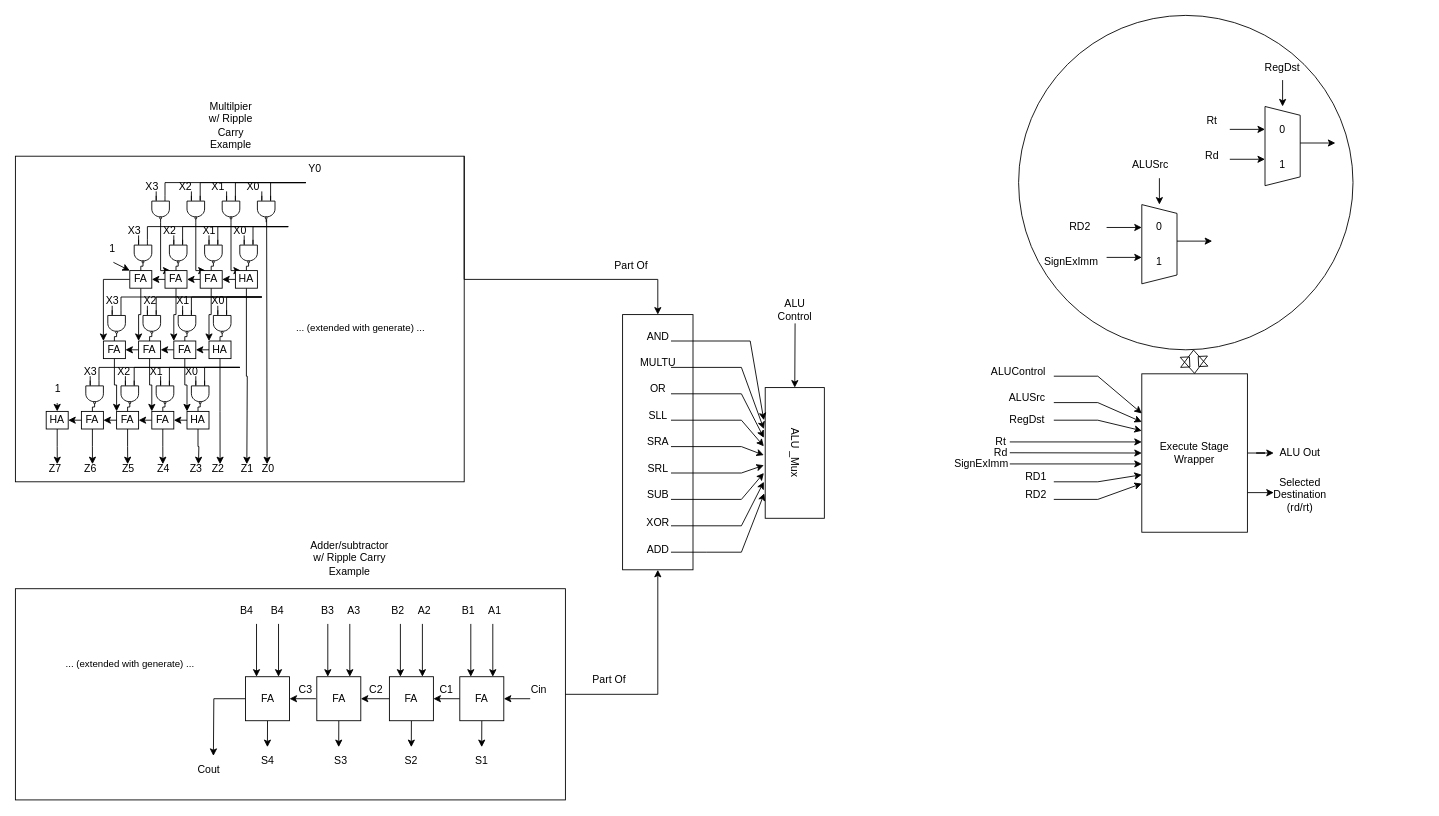
frankandes/DSD2-MipsProcessor keeps this draw.io diagram as ALUBlock.drawio. Above is the earlier version. Source tidied: cells renumbered, new cells numbered last; positions are measured from the earlier drawing's top-left corner, leaving out a move shared by most shapes. Both pictures are drawn from the tidied source at 88%, with x=0, y=0 at pixel (15, 15).
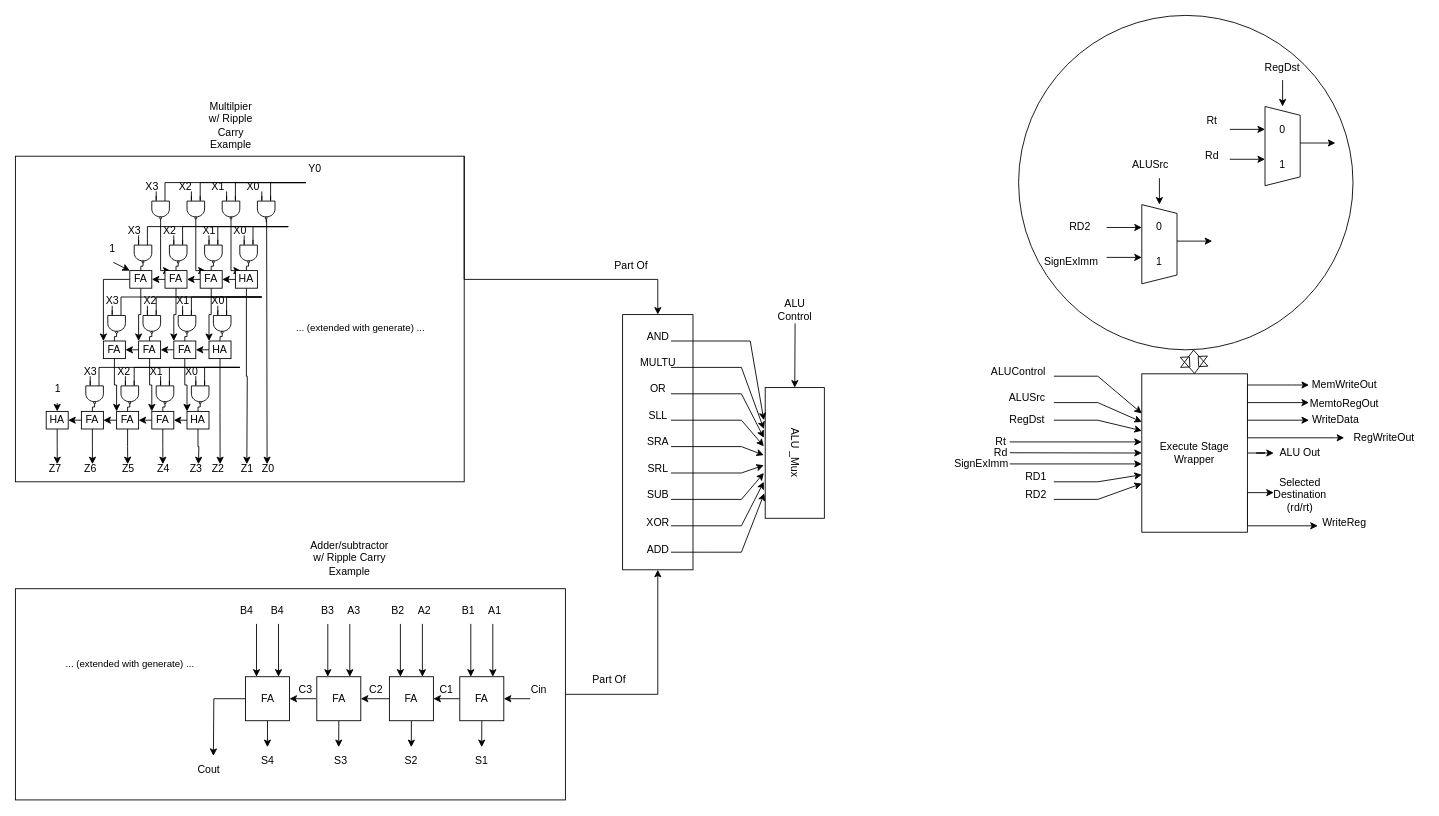
The same diagram, later.

The change refers to these unchanged cells:
```xml
<mxCell id="204" value="Execute Stage Wrapper" style="rounded=0;whiteSpace=wrap;html=1;" parent="1" vertex="1">
  <mxGeometry x="1280" y="407.3" width="120" height="180" as="geometry" />
</mxCell>
```

Change to the diagram source:
```diff
@@
+    <mxCell id="251" style="edgeStyle=orthogonalEdgeStyle;rounded=0;jettySize=auto;html=1;exitX=1;exitY=0.25;exitDx=0;exitDy=0;" parent="1" edge="1" source="204">
+      <mxGeometry relative="1" as="geometry">
+        <mxPoint x="1470" y="420" as="targetPoint" />
+        <Array as="points">
+          <mxPoint x="1400" y="420" />
+          <mxPoint x="1450" y="420" />
+        </Array>
+      </mxGeometry>
+    </mxCell>
+    <mxCell id="252" style="edgeStyle=orthogonalEdgeStyle;rounded=0;jettySize=auto;html=1;exitX=1;exitY=0.25;exitDx=0;exitDy=0;" parent="1" edge="1" source="204">
+      <mxGeometry relative="1" as="geometry">
+        <mxPoint x="1470" y="440" as="targetPoint" />
+        <Array as="points">
+          <mxPoint x="1400" y="440" />
+        </Array>
+      </mxGeometry>
+    </mxCell>
+    <mxCell id="253" style="edgeStyle=orthogonalEdgeStyle;rounded=0;jettySize=auto;html=1;exitX=1;exitY=0.25;exitDx=0;exitDy=0;" parent="1" edge="1" source="204">
+      <mxGeometry relative="1" as="geometry">
+        <mxPoint x="1470" y="460" as="targetPoint" />
+        <Array as="points">
+          <mxPoint x="1400" y="460" />
+        </Array>
+      </mxGeometry>
+    </mxCell>
+    <mxCell id="254" style="edgeStyle=orthogonalEdgeStyle;rounded=0;jettySize=auto;html=1;exitX=1;exitY=0.25;exitDx=0;exitDy=0;" parent="1" edge="1" source="204">
+      <mxGeometry relative="1" as="geometry">
+        <mxPoint x="1510" y="480" as="targetPoint" />
+        <Array as="points">
+          <mxPoint x="1400" y="480" />
+          <mxPoint x="1500" y="480" />
+        </Array>
+      </mxGeometry>
+    </mxCell>
+    <mxCell id="255" style="edgeStyle=orthogonalEdgeStyle;rounded=0;jettySize=auto;html=1;exitX=1;exitY=0.75;exitDx=0;exitDy=0;" parent="1" edge="1" source="204">
+      <mxGeometry relative="1" as="geometry">
+        <mxPoint x="1480" y="580" as="targetPoint" />
+        <Array as="points">
+          <mxPoint x="1400" y="580" />
+        </Array>
+      </mxGeometry>
+    </mxCell>
@@
+    <mxCell id="256" value="MemWriteOut" style="text;html=1;align=center;verticalAlign=middle;strokeColor=none;fillColor=none;" parent="1" vertex="1">
+      <mxGeometry x="1460" y="405" width="100" height="30" as="geometry" />
+    </mxCell>
+    <mxCell id="257" value="MemtoRegOut" style="text;html=1;align=center;verticalAlign=middle;strokeColor=none;fillColor=none;" parent="1" vertex="1">
+      <mxGeometry x="1460" y="426" width="100" height="30" as="geometry" />
+    </mxCell>
+    <mxCell id="258" value="WriteData" style="text;html=1;align=center;verticalAlign=middle;strokeColor=none;fillColor=none;" parent="1" vertex="1">
+      <mxGeometry x="1460" y="445" width="80" height="30" as="geometry" />
+    </mxCell>
+    <mxCell id="259" value="RegWriteOut" style="text;html=1;align=center;verticalAlign=middle;strokeColor=none;fillColor=none;" parent="1" vertex="1">
+      <mxGeometry x="1510" y="465" width="90" height="30" as="geometry" />
+    </mxCell>
+    <mxCell id="260" value="WriteReg" style="text;html=1;align=center;verticalAlign=middle;strokeColor=none;fillColor=none;" parent="1" vertex="1">
+      <mxGeometry x="1475" y="561.5" width="70" height="30" as="geometry" />
+    </mxCell>
```
